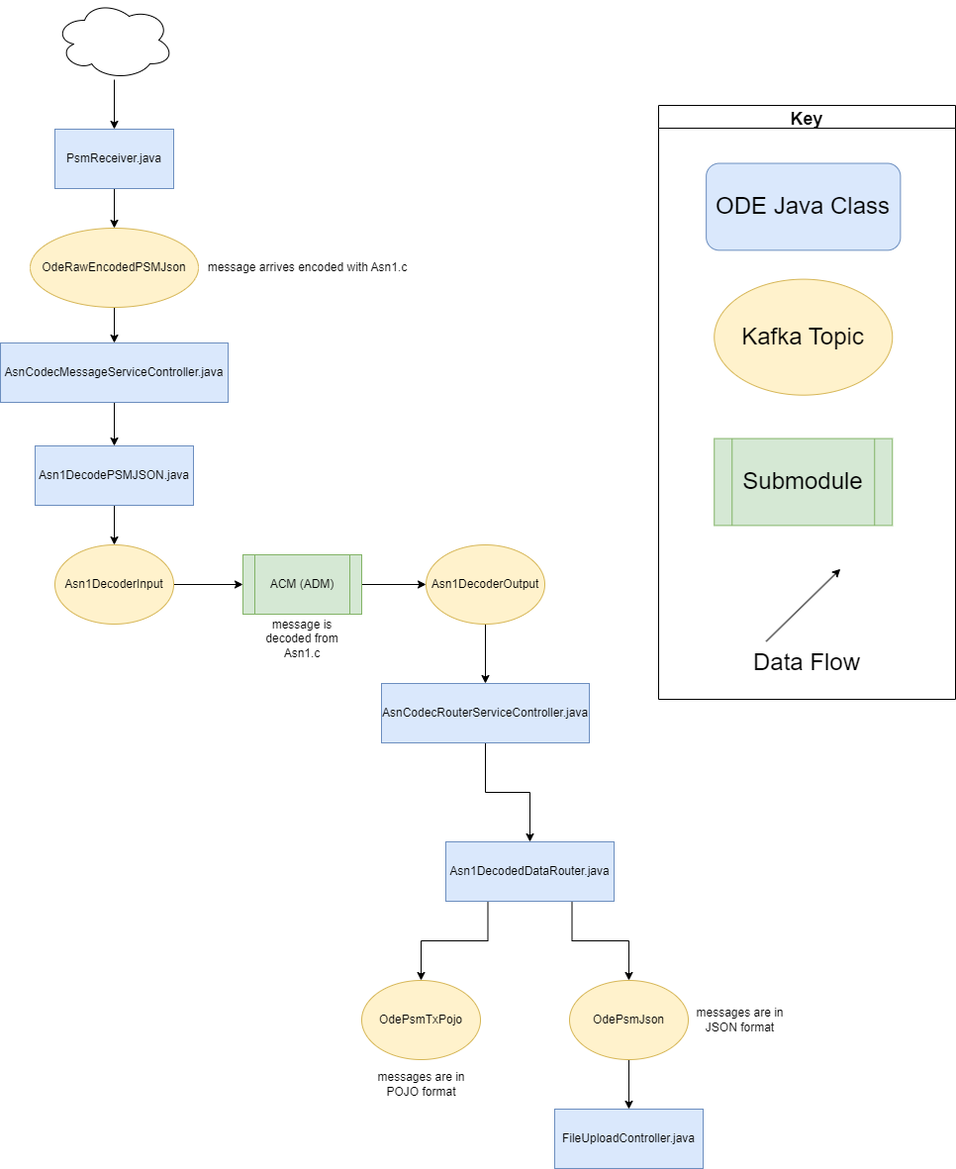
usdot-jpo-ode/jpo-ode keeps this draw.io diagram as docs/data-flow-diagrams/psm/PSM Data Flow.drawio.png. Above is the earlier version. Source tidied: cells renumbered, new cells last; positions are measured from the earlier drawing's top-left corner, leaving out a move shared by most shapes. Its diagram source:
```xml
<mxGraphModel>
  <root>
    <mxCell id="0" />
    <mxCell id="1" parent="0" />
    <mxCell id="2" style="edgeStyle=orthogonalEdgeStyle;rounded=0;jettySize=auto;html=1;exitX=0.25;exitY=1;exitDx=0;exitDy=0;" parent="1" edge="1" source="4" target="30">
      <mxGeometry relative="1" as="geometry" />
    </mxCell>
    <mxCell id="3" style="edgeStyle=orthogonalEdgeStyle;rounded=0;jettySize=auto;html=1;exitX=0.75;exitY=1;exitDx=0;exitDy=0;" parent="1" edge="1" source="4" target="32">
      <mxGeometry relative="1" as="geometry" />
    </mxCell>
    <mxCell id="4" value="Asn1DecodedDataRouter.java" style="rounded=0;whiteSpace=wrap;html=1;fillColor=#dae8fc;strokeColor=#6c8ebf;" parent="1" vertex="1">
      <mxGeometry x="450" y="850" width="170" height="60" as="geometry" />
    </mxCell>
    <mxCell id="5" style="edgeStyle=orthogonalEdgeStyle;rounded=0;jettySize=auto;html=1;entryX=0;entryY=0.5;entryDx=0;entryDy=0;" parent="1" edge="1" source="6" target="12">
      <mxGeometry relative="1" as="geometry" />
    </mxCell>
    <mxCell id="6" value="ACM (ADM)" style="shape=process;whiteSpace=wrap;html=1;backgroundOutline=1;fillColor=#d5e8d4;strokeColor=#82b366;" parent="1" vertex="1">
      <mxGeometry x="245" y="560" width="120" height="60" as="geometry" />
    </mxCell>
    <mxCell id="7" style="edgeStyle=orthogonalEdgeStyle;rounded=0;jettySize=auto;html=1;" parent="1" edge="1" source="8" target="18">
      <mxGeometry relative="1" as="geometry" />
    </mxCell>
    <mxCell id="8" value="AsnCodecMessageServiceController.java" style="rounded=0;whiteSpace=wrap;html=1;fillColor=#dae8fc;strokeColor=#6c8ebf;" parent="1" vertex="1">
      <mxGeometry y="346" width="230" height="60" as="geometry" />
    </mxCell>
    <mxCell id="9" style="edgeStyle=orthogonalEdgeStyle;rounded=0;jettySize=auto;html=1;entryX=0;entryY=0.5;entryDx=0;entryDy=0;" parent="1" edge="1" source="10" target="6">
      <mxGeometry relative="1" as="geometry" />
    </mxCell>
    <mxCell id="10" value="Asn1DecoderInput" style="ellipse;whiteSpace=wrap;html=1;fillColor=#fff2cc;strokeColor=#d6b656;" parent="1" vertex="1">
      <mxGeometry x="55" y="550" width="120" height="80" as="geometry" />
    </mxCell>
    <mxCell id="11" style="edgeStyle=orthogonalEdgeStyle;rounded=0;jettySize=auto;html=1;" parent="1" edge="1" source="12" target="20">
      <mxGeometry relative="1" as="geometry" />
    </mxCell>
    <mxCell id="12" value="Asn1DecoderOutput" style="ellipse;whiteSpace=wrap;html=1;fillColor=#fff2cc;strokeColor=#d6b656;" parent="1" vertex="1">
      <mxGeometry x="430" y="550" width="120" height="80" as="geometry" />
    </mxCell>
    <mxCell id="13" style="edgeStyle=orthogonalEdgeStyle;rounded=0;jettySize=auto;html=1;entryX=0.5;entryY=0;entryDx=0;entryDy=0;" parent="1" edge="1" source="14" target="16">
      <mxGeometry relative="1" as="geometry" />
    </mxCell>
    <mxCell id="14" value="PsmReceiver.java" style="rounded=0;whiteSpace=wrap;html=1;fillColor=#dae8fc;strokeColor=#6c8ebf;" parent="1" vertex="1">
      <mxGeometry x="55" y="130" width="120" height="60" as="geometry" />
    </mxCell>
    <mxCell id="15" style="edgeStyle=orthogonalEdgeStyle;rounded=0;jettySize=auto;html=1;" parent="1" edge="1" source="16" target="8">
      <mxGeometry relative="1" as="geometry" />
    </mxCell>
    <mxCell id="16" value="OdeRawEncodedPSMJson" style="ellipse;whiteSpace=wrap;html=1;fillColor=#fff2cc;strokeColor=#d6b656;" parent="1" vertex="1">
      <mxGeometry x="30" y="230" width="170" height="80" as="geometry" />
    </mxCell>
    <mxCell id="17" style="edgeStyle=orthogonalEdgeStyle;rounded=0;jettySize=auto;html=1;entryX=0.5;entryY=0;entryDx=0;entryDy=0;" parent="1" edge="1" source="18" target="10">
      <mxGeometry relative="1" as="geometry" />
    </mxCell>
    <mxCell id="18" value="Asn1DecodePSMJSON.java" style="rounded=0;whiteSpace=wrap;html=1;fillColor=#dae8fc;strokeColor=#6c8ebf;" parent="1" vertex="1">
      <mxGeometry x="35" y="450" width="160" height="60" as="geometry" />
    </mxCell>
    <mxCell id="19" style="edgeStyle=orthogonalEdgeStyle;rounded=0;jettySize=auto;html=1;entryX=0.5;entryY=0;entryDx=0;entryDy=0;exitX=0.5;exitY=1;exitDx=0;exitDy=0;" parent="1" edge="1" source="20" target="4">
      <mxGeometry relative="1" as="geometry" />
    </mxCell>
    <mxCell id="20" value="AsnCodecRouterServiceController.java" style="rounded=0;whiteSpace=wrap;html=1;fillColor=#dae8fc;strokeColor=#6c8ebf;" parent="1" vertex="1">
      <mxGeometry x="385" y="690" width="210" height="60" as="geometry" />
    </mxCell>
    <mxCell id="21" style="edgeStyle=orthogonalEdgeStyle;rounded=0;jettySize=auto;html=1;" parent="1" edge="1" source="22" target="14">
      <mxGeometry relative="1" as="geometry" />
    </mxCell>
    <mxCell id="22" style="ellipse;shape=cloud;whiteSpace=wrap;html=1;" parent="1" vertex="1">
      <mxGeometry x="55" width="120" height="80" as="geometry" />
    </mxCell>
    <mxCell id="23" style="group;" parent="1" vertex="1">
      <mxGeometry x="665" y="106" width="300" height="600" as="geometry" />
    </mxCell>
    <mxCell id="24" value="&lt;font style=&quot;font-size: 24px&quot;&gt;Submodule&lt;/font&gt;" style="shape=process;whiteSpace=wrap;html=1;backgroundOutline=1;fillColor=#d5e8d4;strokeColor=#82b366;labelBackgroundColor=none;" parent="23" vertex="1">
      <mxGeometry x="56.2" y="336.6" width="180" height="87.8" as="geometry" />
    </mxCell>
    <mxCell id="25" value="Key" style="swimlane;labelBackgroundColor=none;fontSize=18;" parent="23" vertex="1">
      <mxGeometry width="300" height="600" as="geometry" />
    </mxCell>
    <mxCell id="26" style="endArrow=classic;html=1;rounded=0;labelBackgroundColor=none;" parent="25" edge="1">
      <mxGeometry relative="1" as="geometry">
        <mxPoint x="108.8" y="541.5" as="sourcePoint" />
        <mxPoint x="183.7" y="468.3" as="targetPoint" />
      </mxGeometry>
    </mxCell>
    <mxCell id="27" value="&lt;font style=&quot;font-size: 24px&quot;&gt;Kafka Topic&lt;/font&gt;" style="ellipse;whiteSpace=wrap;html=1;fillColor=#fff2cc;strokeColor=#d6b656;labelBackgroundColor=none;" parent="25" vertex="1">
      <mxGeometry x="56.2" y="175.6" width="180" height="117.1" as="geometry" />
    </mxCell>
    <mxCell id="28" value="&lt;font style=&quot;font-size: 24px&quot;&gt;ODE Java Class&lt;/font&gt;" style="rounded=1;whiteSpace=wrap;html=1;fillColor=#dae8fc;strokeColor=#6c8ebf;labelBackgroundColor=none;" parent="25" vertex="1">
      <mxGeometry x="48.1" y="58.5" width="196.2" height="87.8" as="geometry" />
    </mxCell>
    <mxCell id="29" value="FileUploadController.java" style="whiteSpace=wrap;html=1;fillColor=#dae8fc;strokeColor=#6c8ebf;" parent="1" vertex="1">
      <mxGeometry x="560" y="1120" width="150" height="60" as="geometry" />
    </mxCell>
    <mxCell id="30" value="OdePsmTxPojo" style="ellipse;whiteSpace=wrap;html=1;fillColor=#fff2cc;strokeColor=#d6b656;" parent="1" vertex="1">
      <mxGeometry x="365" y="990" width="120" height="80" as="geometry" />
    </mxCell>
    <mxCell id="31" style="edgeStyle=orthogonalEdgeStyle;rounded=0;jettySize=auto;html=1;" parent="1" edge="1" source="32" target="29">
      <mxGeometry relative="1" as="geometry" />
    </mxCell>
    <mxCell id="32" value="OdePsmJson" style="ellipse;whiteSpace=wrap;html=1;fillColor=#fff2cc;strokeColor=#d6b656;" parent="1" vertex="1">
      <mxGeometry x="575" y="990" width="120" height="80" as="geometry" />
    </mxCell>
    <mxCell id="33" value="message arrives encoded with Asn1.c" style="text;html=1;align=center;verticalAlign=middle;strokeColor=none;fillColor=none;" parent="1" vertex="1">
      <mxGeometry x="200" y="260" width="220" height="20" as="geometry" />
    </mxCell>
    <mxCell id="34" value="message is decoded from Asn1.c" style="text;html=1;strokeColor=none;fillColor=none;align=center;verticalAlign=middle;whiteSpace=wrap;rounded=0;" parent="1" vertex="1">
      <mxGeometry x="250" y="620" width="110" height="50" as="geometry" />
    </mxCell>
    <mxCell id="35" value="&lt;font style=&quot;font-size: 24px&quot;&gt;Data Flow&lt;/font&gt;" style="text;html=1;strokeColor=none;fillColor=none;align=center;verticalAlign=middle;whiteSpace=wrap;rounded=0;labelBackgroundColor=none;" parent="1" vertex="1">
      <mxGeometry x="755" y="647.5" width="120" height="43.9" as="geometry" />
    </mxCell>
    <mxCell id="36" value="messages are in JSON format" style="text;html=1;strokeColor=none;fillColor=none;align=center;verticalAlign=middle;whiteSpace=wrap;rounded=0;" parent="1" vertex="1">
      <mxGeometry x="695" y="1005" width="105" height="50" as="geometry" />
    </mxCell>
    <mxCell id="37" value="messages are in POJO format" style="text;html=1;strokeColor=none;fillColor=none;align=center;verticalAlign=middle;whiteSpace=wrap;rounded=0;" parent="1" vertex="1">
      <mxGeometry x="372.5" y="1070" width="105" height="50" as="geometry" />
    </mxCell>
  </root>
</mxGraphModel>
```
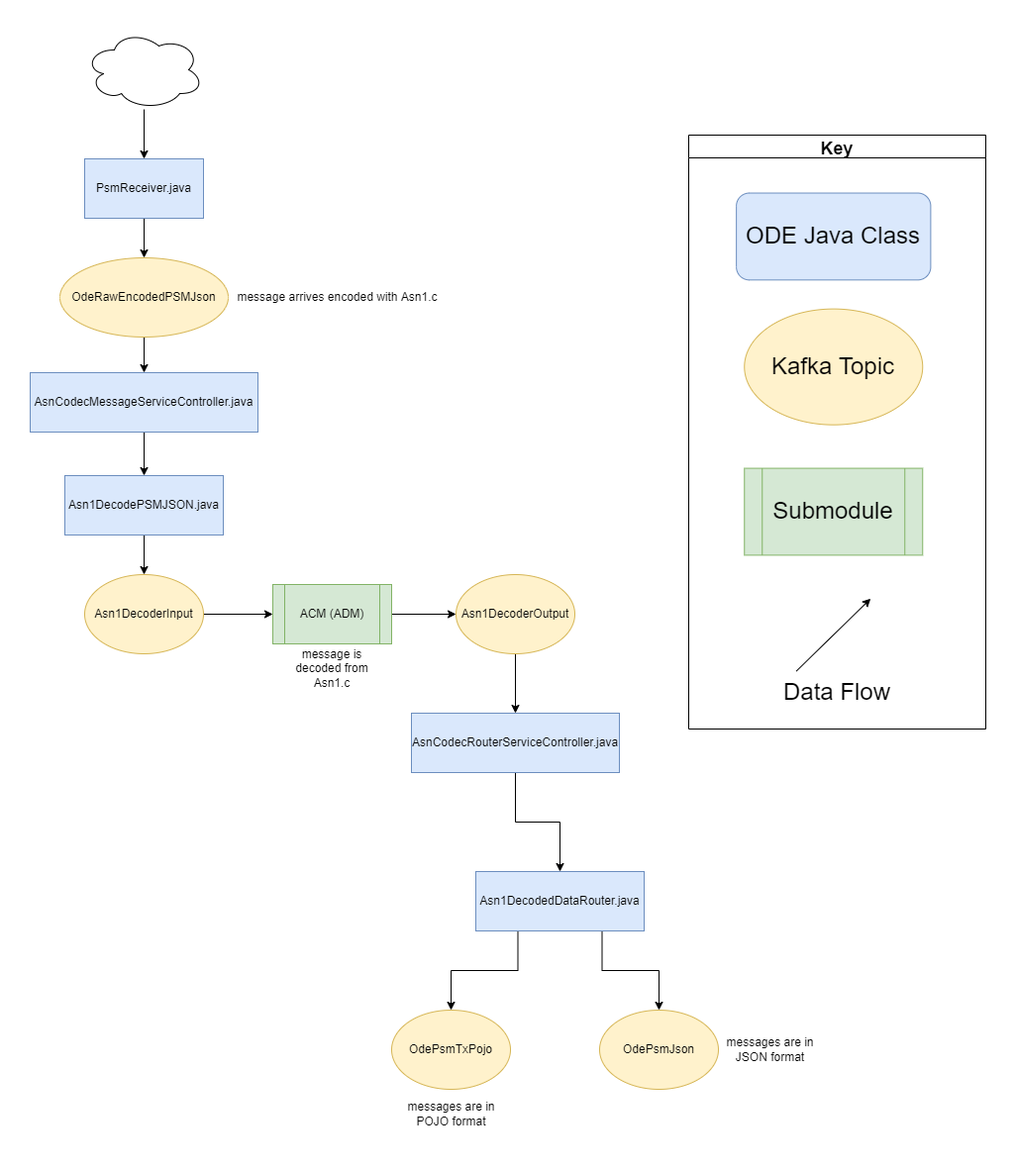
The same diagram one commit later.

Diff of the diagram source:
```diff
@@ -86,15 +86,9 @@
     <mxCell id="28" value="&lt;font style=&quot;font-size: 24px&quot;&gt;ODE Java Class&lt;/font&gt;" style="rounded=1;whiteSpace=wrap;html=1;fillColor=#dae8fc;strokeColor=#6c8ebf;labelBackgroundColor=none;" parent="25" vertex="1">
       <mxGeometry x="48.1" y="58.5" width="196.2" height="87.8" as="geometry" />
     </mxCell>
-    <mxCell id="29" value="FileUploadController.java" style="whiteSpace=wrap;html=1;fillColor=#dae8fc;strokeColor=#6c8ebf;" parent="1" vertex="1">
-      <mxGeometry x="560" y="1120" width="150" height="60" as="geometry" />
-    </mxCell>
     <mxCell id="30" value="OdePsmTxPojo" style="ellipse;whiteSpace=wrap;html=1;fillColor=#fff2cc;strokeColor=#d6b656;" parent="1" vertex="1">
       <mxGeometry x="365" y="990" width="120" height="80" as="geometry" />
     </mxCell>
-    <mxCell id="31" style="edgeStyle=orthogonalEdgeStyle;rounded=0;jettySize=auto;html=1;" parent="1" edge="1" source="32" target="29">
-      <mxGeometry relative="1" as="geometry" />
-    </mxCell>
     <mxCell id="32" value="OdePsmJson" style="ellipse;whiteSpace=wrap;html=1;fillColor=#fff2cc;strokeColor=#d6b656;" parent="1" vertex="1">
       <mxGeometry x="575" y="990" width="120" height="80" as="geometry" />
     </mxCell>
```
